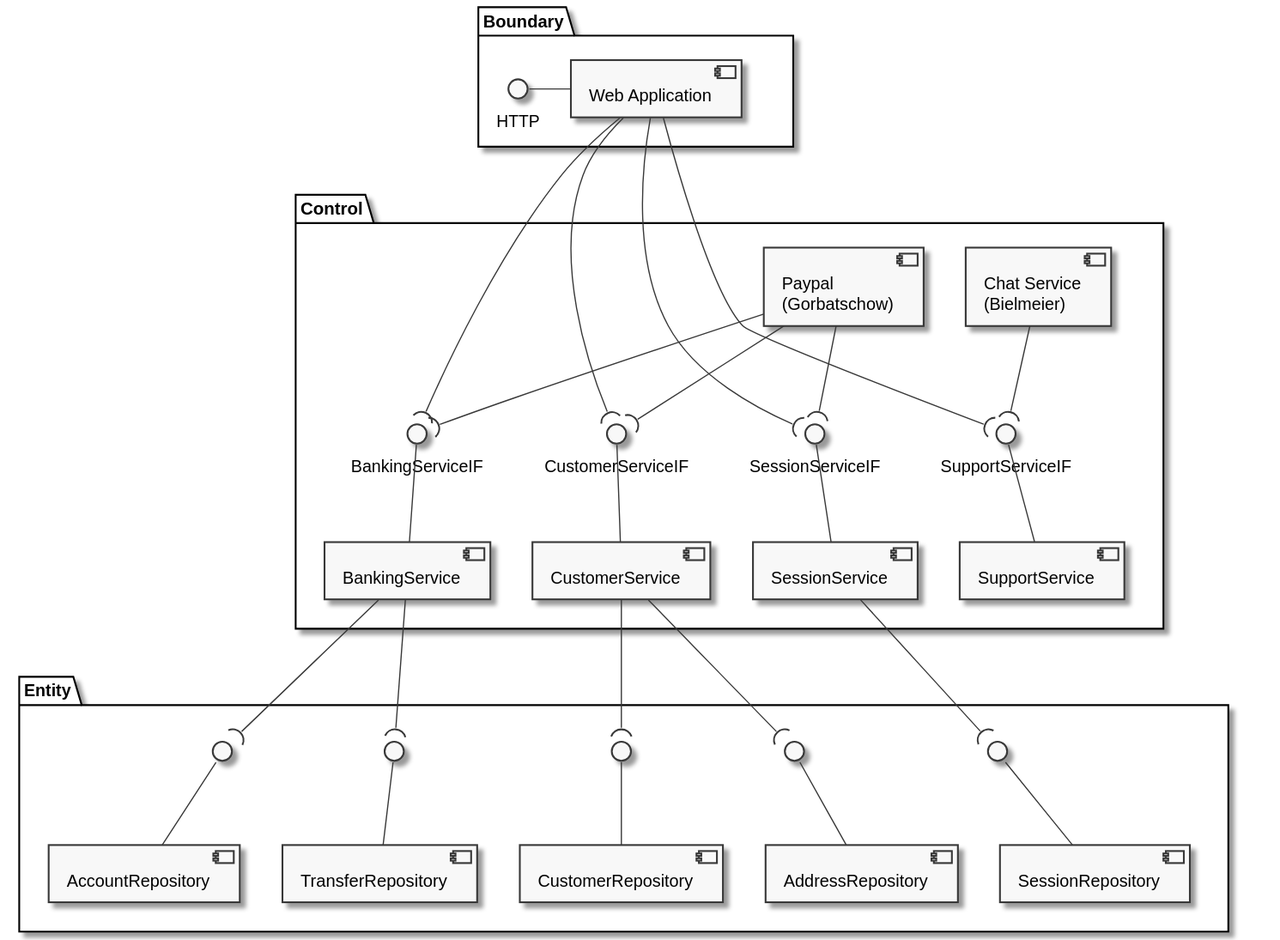
Earlier version of the PlantUML export documentation/diagrams/generatedDiagrams/DiagramComponent_BankingService.svg (SteffBauer/sw_project).
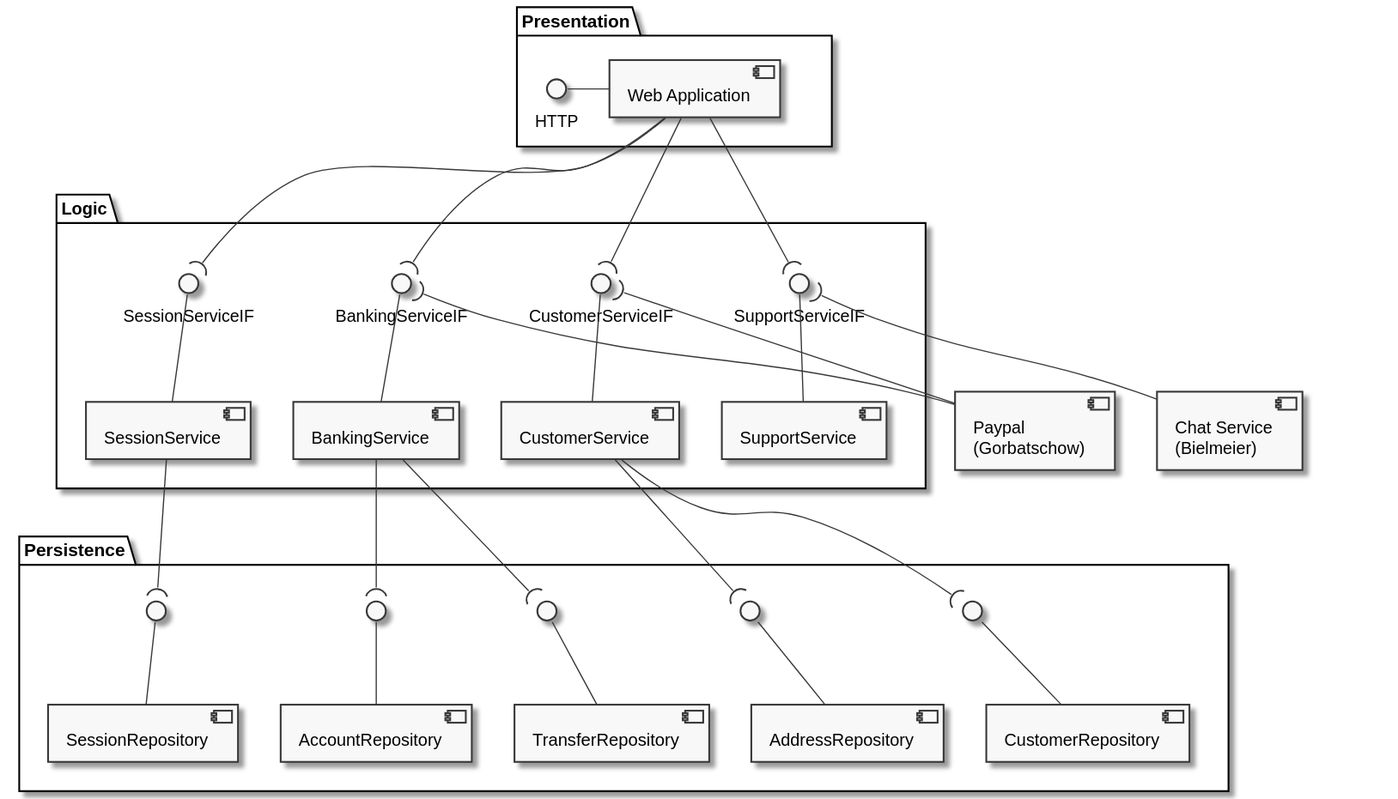
Above is the later version.

The edit, as a diff of the source:
```diff
@@ -1,39 +1,38 @@
 @startuml
-
 
 skinparam monochrome true
 
-package "Boundary" as presentation {
+[Paypal\n(Gorbatschow)] as paypal
+[Chat Service\n(Bielmeier)] as chat
+
+package "Presentation" as presentation {
   HTTP - [Web Application]
 }
 
-package "Control" as logic {
-  [Paypal\n(Gorbatschow)] as paypal
-  [Chat Service\n(Bielmeier)] as chat
+
+package "Logic" as logic {
 
   [SessionService] -up-() SessionServiceIF
   SessionServiceIF )-up- [Web Application]
-  SessionServiceIF )-up- paypal
 
   [CustomerService] -up-() CustomerServiceIF
   CustomerServiceIF )-up- [Web Application]
-  CustomerServiceIF )-up- paypal
+  CustomerServiceIF )-- paypal
 
   [BankingService] -up-() BankingServiceIF
-  BankingServiceIF )-up- [Web Application]
-  BankingServiceIF )-up- paypal
+  BankingServiceIF )-- [Web Application]
+  BankingServiceIF )-- paypal
 
   [SupportService] -up-() SupportServiceIF
   SupportServiceIF )-up- [Web Application]
-  SupportServiceIF )-up- chat
+  SupportServiceIF )-- chat
 
-  chat -[hidden]-> [SupportService]
 
 
 
 }
 
-package "Entity" as entity {
+package "Persistence" as persistence {
   interface " " as IF1
   interface " " as IF2
   interface " " as IF3
@@ -57,8 +56,11 @@
 }
 
 presentation -[hidden]-> logic
-presentation -[hidden]-> entity
-logic -[hidden]-> entity
+presentation -[hidden]-> persistence
+logic -[hidden]-> persistence
+
+logic -[hidden]> chat
+paypal -[hidden]> logic
 
 
 
```
